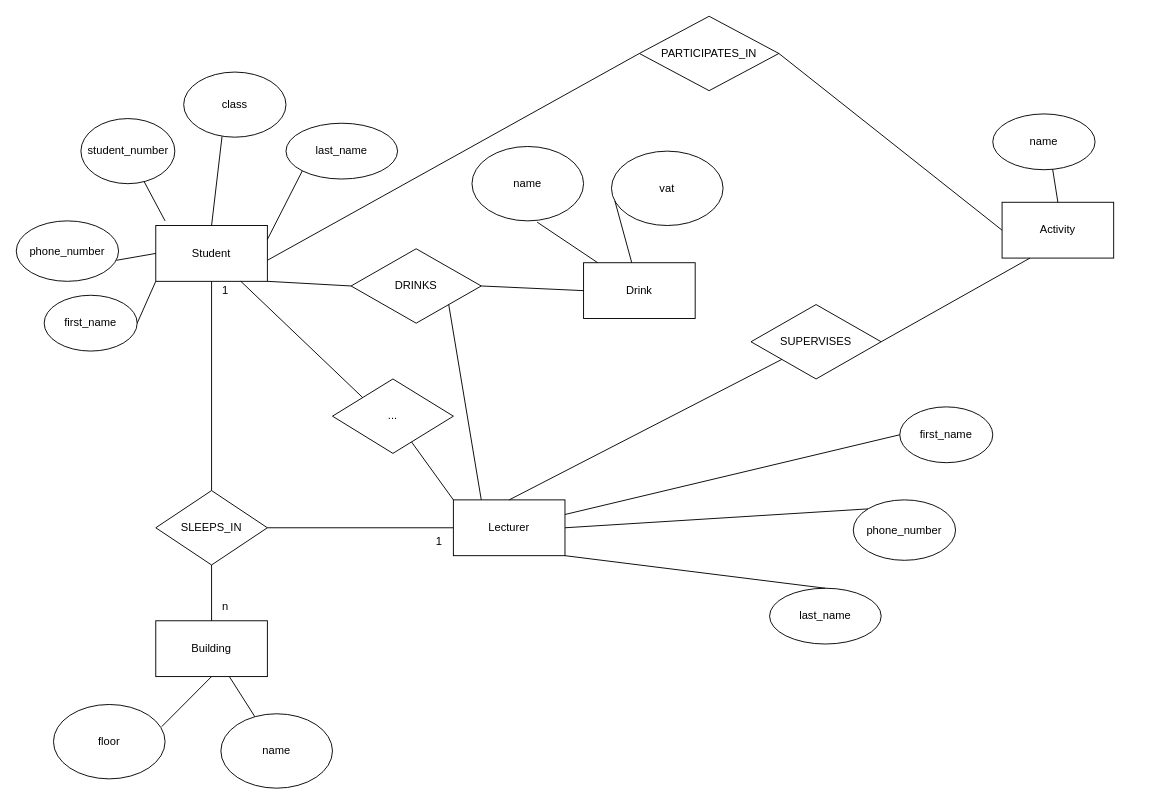
tnb1604/DatabasesProject keeps this draw.io diagram as DatabasesERDdiagram.drawio. Above is the earlier version. Source tidied: cells renumbered, new cells numbered last; positions are measured from the earlier drawing's top-left corner, leaving out a move shared by most shapes. Both pictures are drawn from the tidied source at 93%, with x=0, y=0 at pixel (16, 16).
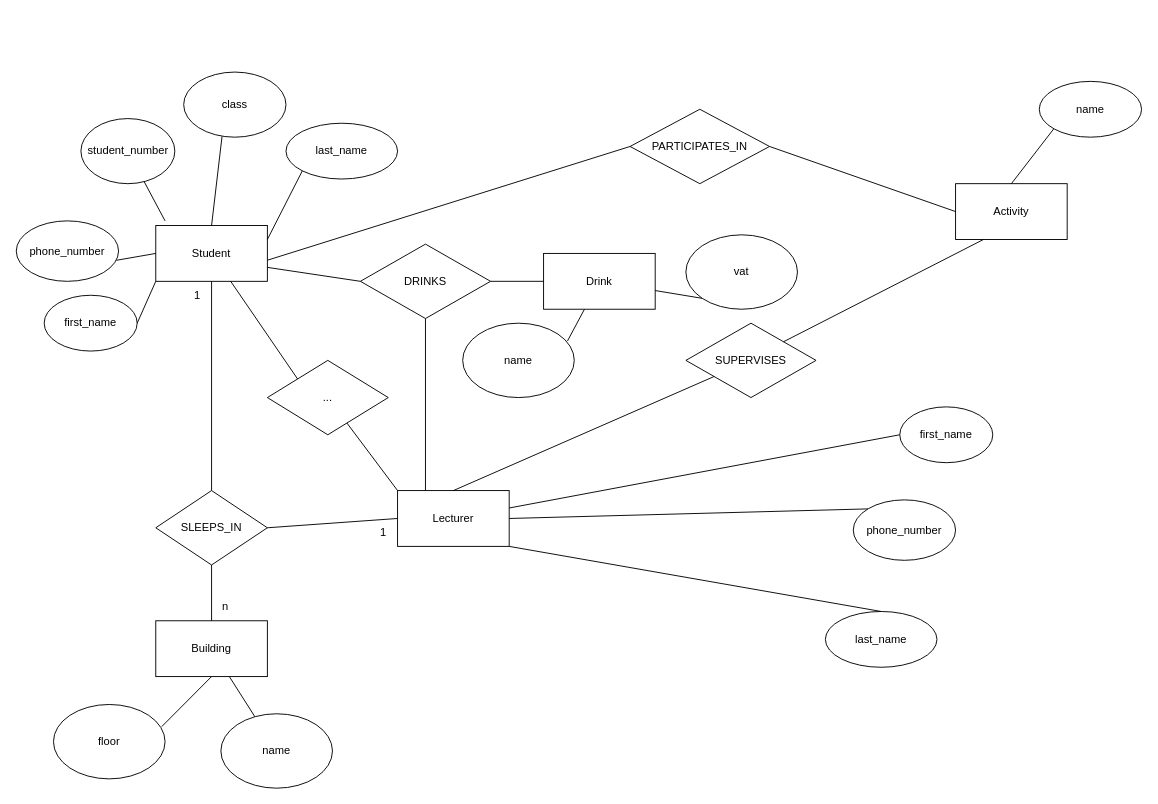
After the change.

The change refers to these unchanged cells:
```xml
<mxCell id="2" value="Student" style="rounded=0;whiteSpace=wrap;html=1;" parent="1" vertex="1">
  <mxGeometry x="150" y="225" width="120" height="60" as="geometry" />
</mxCell>
```

Diff of the diagram source:
```diff
@@
     <mxCell id="3" value="Activity" style="rounded=0;whiteSpace=wrap;html=1;" parent="1" vertex="1">
-      <mxGeometry x="1060" y="200" width="120" height="60" as="geometry" />
+      <mxGeometry x="1010" y="180" width="120" height="60" as="geometry" />
     </mxCell>
@@
     <mxCell id="5" value="Drink" style="rounded=0;whiteSpace=wrap;html=1;" parent="1" vertex="1">
-      <mxGeometry x="610" y="265" width="120" height="60" as="geometry" />
+      <mxGeometry x="567" y="255" width="120" height="60" as="geometry" />
     </mxCell>
@@
     <mxCell id="17" value="name" style="ellipse;whiteSpace=wrap;html=1;" parent="1" vertex="1">
-      <mxGeometry x="1050" y="105" width="110" height="60" as="geometry" />
+      <mxGeometry x="1100" y="70" width="110" height="60" as="geometry" />
     </mxCell>
@@
     <mxCell id="22" value="name" style="ellipse;whiteSpace=wrap;html=1;" parent="1" vertex="1">
-      <mxGeometry x="490" y="140" width="120" height="80" as="geometry" />
+      <mxGeometry x="480" y="330" width="120" height="80" as="geometry" />
     </mxCell>
     <mxCell id="23" value="vat" style="ellipse;whiteSpace=wrap;html=1;" parent="1" vertex="1">
-      <mxGeometry x="640" y="145" width="120" height="80" as="geometry" />
+      <mxGeometry x="720" y="235" width="120" height="80" as="geometry" />
     </mxCell>
-    <mxCell id="24" style="endArrow=none;html=1;rounded=0;entryX=0.584;entryY=1.017;entryDx=0;entryDy=0;entryPerimeter=0;" parent="1" edge="1" source="5" target="22">
+    <mxCell id="24" style="endArrow=none;html=1;rounded=0;entryX=0.939;entryY=0.24;entryDx=0;entryDy=0;entryPerimeter=0;" parent="1" edge="1" source="5" target="22">
       <mxGeometry relative="1" as="geometry" />
     </mxCell>
-    <mxCell id="25" style="endArrow=none;html=1;rounded=0;entryX=0.031;entryY=0.672;entryDx=0;entryDy=0;entryPerimeter=0;" parent="1" edge="1" source="5" target="23">
+    <mxCell id="25" style="endArrow=none;html=1;rounded=0;entryX=0;entryY=1;entryDx=0;entryDy=0;" parent="1" edge="1" source="5" target="23">
       <mxGeometry relative="1" as="geometry" />
     </mxCell>
     <mxCell id="26" value="Lecturer" style="rounded=0;whiteSpace=wrap;html=1;" parent="1" vertex="1">
-      <mxGeometry x="470" y="520" width="120" height="60" as="geometry" />
+      <mxGeometry x="410" y="510" width="120" height="60" as="geometry" />
     </mxCell>
     <mxCell id="27" value="last_name" style="ellipse;whiteSpace=wrap;html=1;" parent="1" vertex="1">
-      <mxGeometry x="810" y="615" width="120" height="60" as="geometry" />
+      <mxGeometry x="870" y="640" width="120" height="60" as="geometry" />
     </mxCell>
@@
     <mxCell id="33" value="SUPERVISES" style="rhombus;whiteSpace=wrap;html=1;" parent="1" vertex="1">
-      <mxGeometry x="790" y="310" width="140" height="80" as="geometry" />
+      <mxGeometry x="720" y="330" width="140" height="80" as="geometry" />
     </mxCell>
-    <mxCell id="34" style="endArrow=none;html=1;rounded=0;entryX=1;entryY=0.5;entryDx=0;entryDy=0;exitX=0.25;exitY=1;exitDx=0;exitDy=0;" parent="1" edge="1" source="3" target="33">
+    <mxCell id="34" style="endArrow=none;html=1;rounded=0;entryX=1;entryY=0;entryDx=0;entryDy=0;exitX=0.25;exitY=1;exitDx=0;exitDy=0;" parent="1" edge="1" source="3" target="33">
       <mxGeometry relative="1" as="geometry" />
     </mxCell>
@@
     <mxCell id="40" value="DRINKS" style="rhombus;whiteSpace=wrap;html=1;" parent="1" vertex="1">
-      <mxGeometry x="360" y="250" width="140" height="80" as="geometry" />
+      <mxGeometry x="370" y="245" width="140" height="80" as="geometry" />
     </mxCell>
-    <mxCell id="41" style="endArrow=none;html=1;rounded=0;entryX=1;entryY=1;entryDx=0;entryDy=0;exitX=0;exitY=0.5;exitDx=0;exitDy=0;" parent="1" edge="1" source="40" target="2">
-      <mxGeometry relative="1" as="geometry" />
+    <mxCell id="41" style="endArrow=none;html=1;rounded=0;exitX=0;exitY=0.5;exitDx=0;exitDy=0;" parent="1" edge="1" source="40">
+      <mxGeometry relative="1" as="geometry">
+        <mxPoint x="270" y="270" as="targetPoint" />
+      </mxGeometry>
     </mxCell>
@@
-    <mxCell id="43" style="endArrow=none;html=1;rounded=0;exitX=1;exitY=1;exitDx=0;exitDy=0;entryX=0.25;entryY=0;entryDx=0;entryDy=0;" parent="1" edge="1" source="40" target="26">
+    <mxCell id="43" style="endArrow=none;html=1;rounded=0;exitX=0.5;exitY=1;exitDx=0;exitDy=0;entryX=0.25;entryY=0;entryDx=0;entryDy=0;" parent="1" edge="1" source="40" target="26">
       <mxGeometry relative="1" as="geometry" />
     </mxCell>
@@
     <mxCell id="45" value="..." style="rhombus;whiteSpace=wrap;html=1;" parent="1" vertex="1">
-      <mxGeometry x="340" y="390" width="130" height="80" as="geometry" />
+      <mxGeometry x="270" y="370" width="130" height="80" as="geometry" />
     </mxCell>
     <mxCell id="46" value="1" style="text;html=1;align=center;verticalAlign=middle;whiteSpace=wrap;rounded=0;" parent="1" vertex="1">
-      <mxGeometry x="210" y="280" width="30" height="30" as="geometry" />
+      <mxGeometry x="180" y="285" width="30" height="30" as="geometry" />
     </mxCell>
@@
     <mxCell id="48" value="1" style="text;html=1;align=center;verticalAlign=middle;whiteSpace=wrap;rounded=0;" parent="1" vertex="1">
-      <mxGeometry x="440" y="550" width="30" height="30" as="geometry" />
+      <mxGeometry x="380" y="540" width="30" height="30" as="geometry" />
     </mxCell>
@@
     <mxCell id="51" value="PARTICIPATES_IN" style="rhombus;whiteSpace=wrap;html=1;" parent="1" vertex="1">
-      <mxGeometry x="670" width="150" height="80" as="geometry" />
+      <mxGeometry x="660" y="100" width="150" height="80" as="geometry" />
     </mxCell>
```
